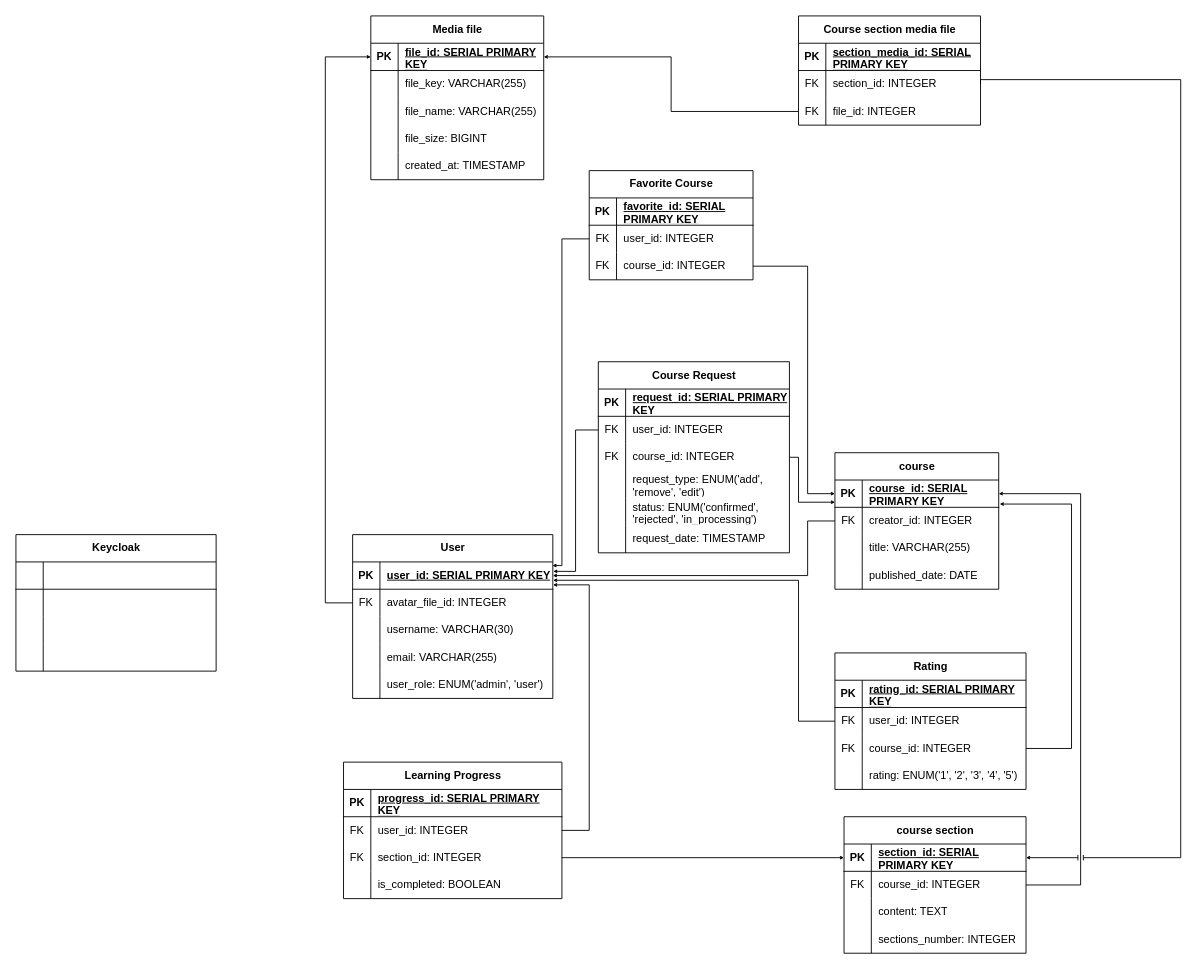
Before: diagrams/Физическая модель базы данных/Физическая модель БД.drawio in sahland/9.5-Team, a draw.io diagram. Source tidied: cells renumbered, new cells numbered last; positions are measured from the earlier drawing's top-left corner, leaving out a move shared by most shapes. Both pictures are drawn from the tidied source at 91%, with x=0, y=0 at pixel (15, 15).
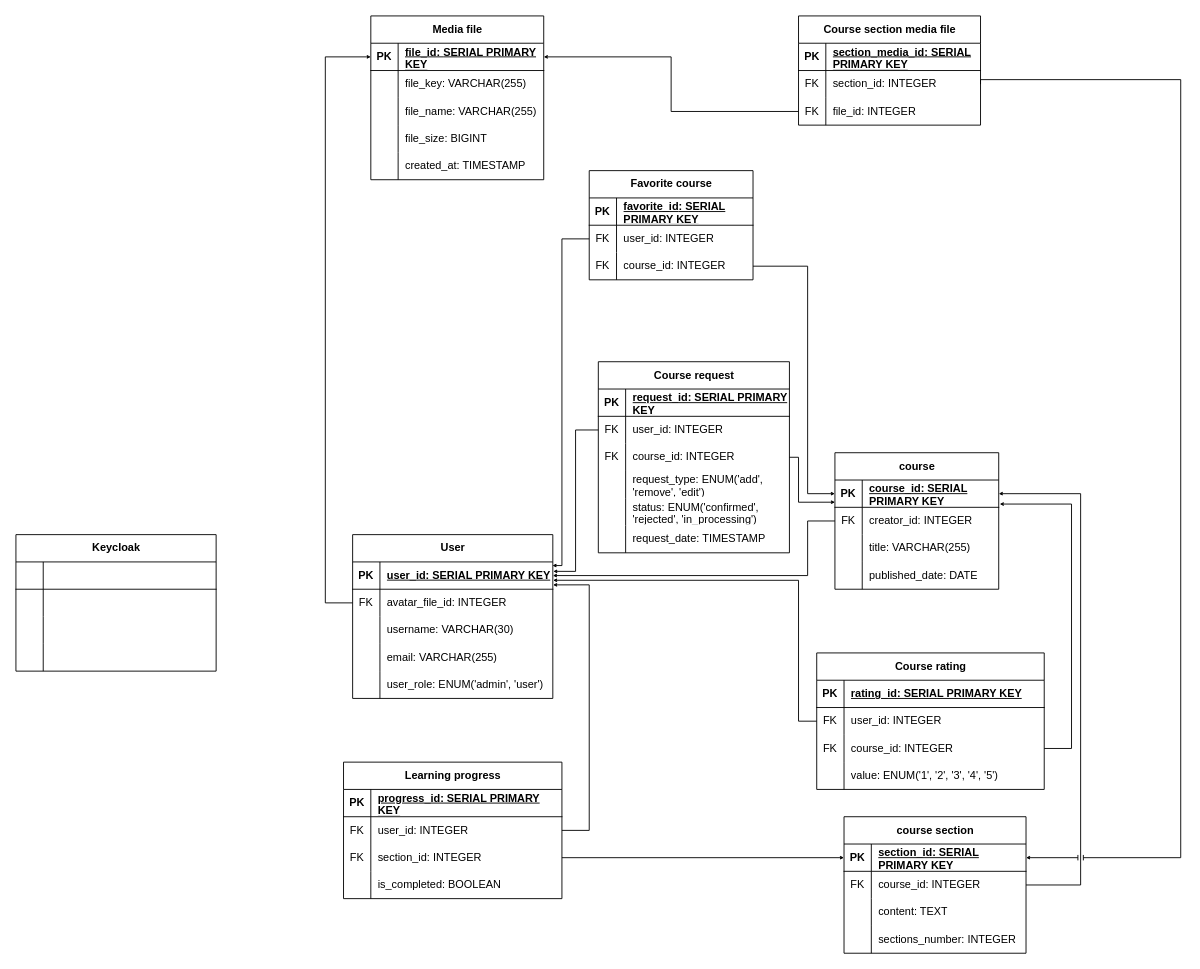
The same page after the edit.

Commit message (it also covers changes not shown here):
fix: er diagram and physical data model)

What changed in the source:
```diff
@@
-    <mxCell id="44" value="Rating" style="shape=table;startSize=30;childLayout=tableLayout;rowLines=0;fontStyle=1;align=center;html=1;" parent="1" vertex="1">
-      <mxGeometry x="900" y="700" width="210" height="150" as="geometry" />
+    <mxCell id="44" value="Course rating" style="shape=table;startSize=30;childLayout=tableLayout;rowLines=0;fontStyle=1;align=center;html=1;" parent="1" vertex="1">
+      <mxGeometry x="880" y="700" width="250" height="150" as="geometry" />
     </mxCell>
     <mxCell id="45" style="shape=tableRow;horizontal=0;startSize=0;swimlaneHead=0;swimlaneBody=0;fillColor=none;top=0;left=0;right=0;bottom=1;" parent="44" vertex="1">
-      <mxGeometry y="30" width="210" height="30" as="geometry" />
+      <mxGeometry y="30" width="250" height="30" as="geometry" />
     </mxCell>
@@
     <mxCell id="47" value="rating_id:&amp;nbsp;SERIAL PRIMARY KEY" style="shape=partialRectangle;fillColor=none;top=0;left=0;bottom=0;right=0;align=left;spacingLeft=6;fontStyle=5;overflow=hidden;whiteSpace=wrap;html=1;" parent="45" vertex="1">
-      <mxGeometry x="30" width="180" height="30" as="geometry" />
+      <mxGeometry x="30" width="220" height="30" as="geometry" />
     </mxCell>
     <mxCell id="48" style="shape=tableRow;horizontal=0;startSize=0;swimlaneHead=0;swimlaneBody=0;fillColor=none;points=[[0,0.5],[1,0.5]];portConstraint=eastwest;top=0;left=0;right=0;bottom=0;" parent="44" vertex="1">
-      <mxGeometry y="60" width="210" height="30" as="geometry" />
+      <mxGeometry y="60" width="250" height="30" as="geometry" />
     </mxCell>
@@
     <mxCell id="50" value="user_id: INTEGER" style="shape=partialRectangle;fillColor=none;top=0;left=0;bottom=0;right=0;align=left;spacingLeft=6;overflow=hidden;whiteSpace=wrap;html=1;" parent="48" vertex="1">
-      <mxGeometry x="30" width="180" height="30" as="geometry" />
+      <mxGeometry x="30" width="220" height="30" as="geometry" />
     </mxCell>
     <mxCell id="51" style="shape=tableRow;horizontal=0;startSize=0;swimlaneHead=0;swimlaneBody=0;fillColor=none;points=[[0,0.5],[1,0.5]];portConstraint=eastwest;top=0;left=0;right=0;bottom=0;" parent="44" vertex="1">
-      <mxGeometry y="90" width="210" height="30" as="geometry" />
+      <mxGeometry y="90" width="250" height="30" as="geometry" />
     </mxCell>
@@
     <mxCell id="53" value="course_id: INTEGER" style="shape=partialRectangle;fillColor=none;top=0;left=0;bottom=0;right=0;align=left;spacingLeft=6;overflow=hidden;whiteSpace=wrap;html=1;" parent="51" vertex="1">
-      <mxGeometry x="30" width="180" height="30" as="geometry" />
+      <mxGeometry x="30" width="220" height="30" as="geometry" />
     </mxCell>
     <mxCell id="54" style="shape=tableRow;horizontal=0;startSize=0;swimlaneHead=0;swimlaneBody=0;fillColor=none;top=0;left=0;right=0;bottom=0;" parent="44" vertex="1">
-      <mxGeometry y="120" width="210" height="30" as="geometry" />
+      <mxGeometry y="120" width="250" height="30" as="geometry" />
     </mxCell>
@@
-    <mxCell id="56" value="rating:&amp;nbsp;ENUM('1', '2', '3', '4', '5')" style="shape=partialRectangle;fillColor=none;top=0;left=0;bottom=0;right=0;align=left;spacingLeft=6;overflow=hidden;whiteSpace=wrap;html=1;" parent="54" vertex="1">
-      <mxGeometry x="30" width="180" height="30" as="geometry" />
+    <mxCell id="56" value="value:&amp;nbsp;ENUM('1', '2', '3', '4', '5')" style="shape=partialRectangle;fillColor=none;top=0;left=0;bottom=0;right=0;align=left;spacingLeft=6;overflow=hidden;whiteSpace=wrap;html=1;" parent="54" vertex="1">
+      <mxGeometry x="30" width="220" height="30" as="geometry" />
     </mxCell>
-    <mxCell id="57" value="Favorite Course" style="shape=table;startSize=30;childLayout=tableLayout;rowLines=0;fontStyle=1;align=center;html=1;" parent="1" vertex="1">
+    <mxCell id="57" value="Favorite course" style="shape=table;startSize=30;childLayout=tableLayout;rowLines=0;fontStyle=1;align=center;html=1;" parent="1" vertex="1">
       <mxGeometry x="630" y="170" width="180" height="120" as="geometry" />
     </mxCell>
@@
-    <mxCell id="67" value="Learning Progress" style="shape=table;startSize=30;childLayout=tableLayout;rowLines=0;fontStyle=1;align=center;html=1;" parent="1" vertex="1">
+    <mxCell id="67" value="Learning progress" style="shape=table;startSize=30;childLayout=tableLayout;rowLines=0;fontStyle=1;align=center;html=1;" parent="1" vertex="1">
       <mxGeometry x="360" y="820" width="240" height="150" as="geometry" />
     </mxCell>
@@
-    <mxCell id="80" value="Course Request" style="shape=table;startSize=30;childLayout=tableLayout;rowLines=0;fontStyle=1;align=center;html=1;" parent="1" vertex="1">
+    <mxCell id="80" value="Course request" style="shape=table;startSize=30;childLayout=tableLayout;rowLines=0;fontStyle=1;align=center;html=1;" parent="1" vertex="1">
       <mxGeometry x="640" y="380" width="210" height="210" as="geometry" />
     </mxCell>
```
